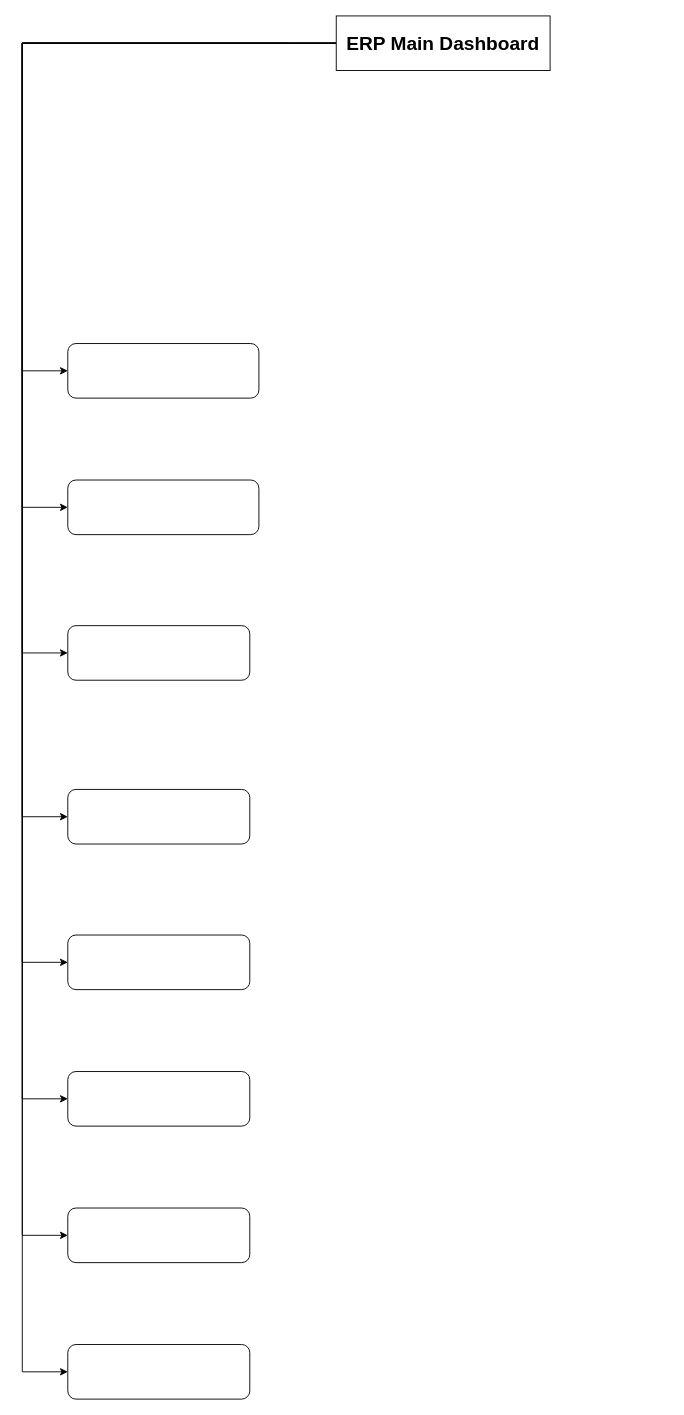
Above: erp.drawio in Thameera08/ERP_Project (draw.io), before the change. Source tidied: cells renumbered, new cells numbered last; positions are measured from the earlier drawing's top-left corner, leaving out a move shared by most shapes. Both pictures are drawn from the tidied source at 91%, with x=0, y=0 at pixel (22, 15).
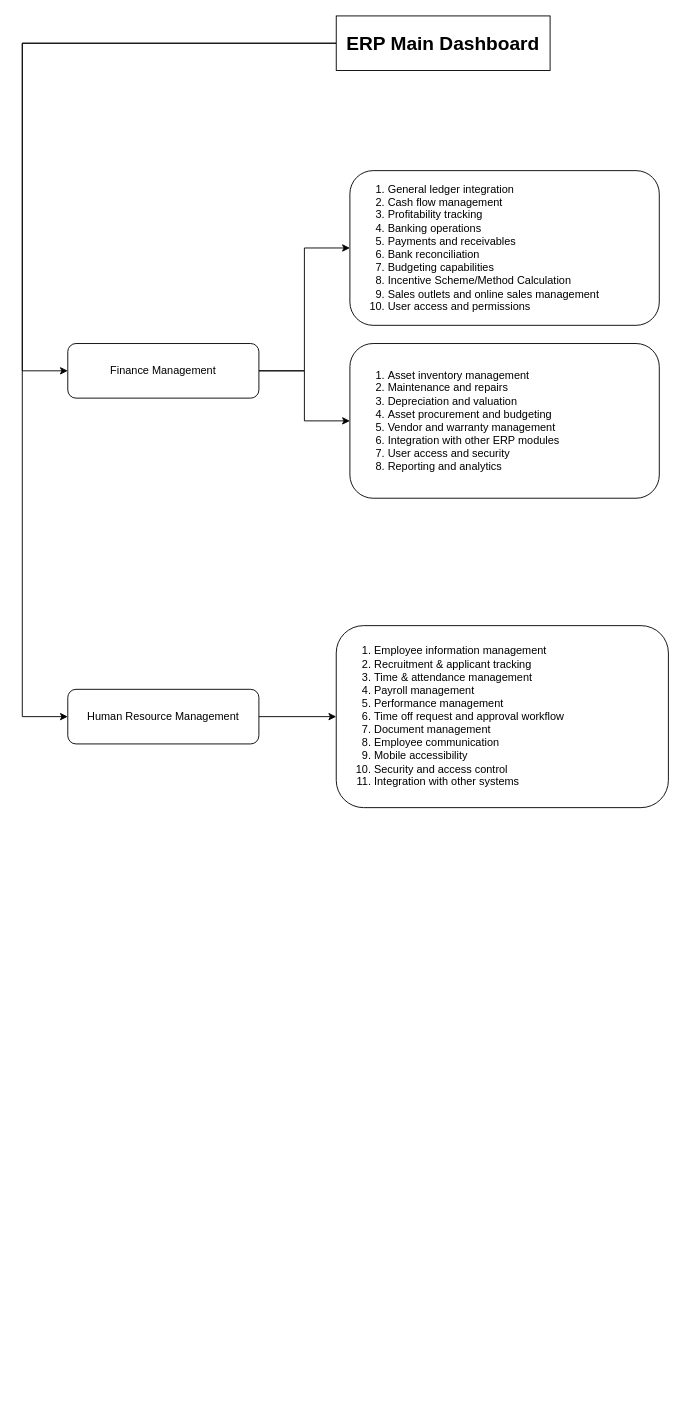
The same page after the edit.

Unchanged cells that the change refers to:
```xml
<mxCell id="10" value="&lt;font style=&quot;font-size: 21px;&quot;&gt;&lt;b&gt;ERP Main Dashboard&lt;/b&gt;&lt;/font&gt;" style="rounded=0;whiteSpace=wrap;html=1;" parent="1" vertex="1">
  <mxGeometry x="345" width="235" height="60" as="geometry" />
</mxCell>
```

Diff of the diagram source:
```diff
@@
     <mxCell id="3" style="edgeStyle=orthogonalEdgeStyle;rounded=0;jettySize=auto;html=1;entryX=0;entryY=0.5;entryDx=0;entryDy=0;" parent="1" edge="1" source="10" target="14">
       <mxGeometry relative="1" as="geometry">
         <Array as="points">
           <mxPoint y="30" />
-          <mxPoint y="540" />
+          <mxPoint y="770" />
         </Array>
       </mxGeometry>
     </mxCell>
-    <mxCell id="4" style="edgeStyle=orthogonalEdgeStyle;rounded=0;jettySize=auto;html=1;entryX=0;entryY=0.5;entryDx=0;entryDy=0;" parent="1" edge="1" source="10" target="12">
-      <mxGeometry relative="1" as="geometry">
-        <Array as="points">
-          <mxPoint y="30" />
-          <mxPoint y="700" />
-        </Array>
-      </mxGeometry>
-    </mxCell>
-    <mxCell id="5" style="edgeStyle=orthogonalEdgeStyle;rounded=0;jettySize=auto;html=1;entryX=0;entryY=0.5;entryDx=0;entryDy=0;" parent="1" edge="1" source="10" target="13">
-      <mxGeometry relative="1" as="geometry">
-        <Array as="points">
-          <mxPoint y="30" />
-          <mxPoint y="880" />
-        </Array>
-      </mxGeometry>
-    </mxCell>
-    <mxCell id="6" style="edgeStyle=orthogonalEdgeStyle;rounded=0;jettySize=auto;html=1;entryX=0;entryY=0.5;entryDx=0;entryDy=0;" parent="1" edge="1" source="10" target="15">
-      <mxGeometry relative="1" as="geometry">
-        <Array as="points">
-          <mxPoint y="30" />
-          <mxPoint y="1040" />
-        </Array>
-      </mxGeometry>
-    </mxCell>
-    <mxCell id="7" style="edgeStyle=orthogonalEdgeStyle;rounded=0;jettySize=auto;html=1;entryX=0;entryY=0.5;entryDx=0;entryDy=0;" parent="1" edge="1" source="10" target="16">
-      <mxGeometry relative="1" as="geometry">
-        <Array as="points">
-          <mxPoint y="30" />
-          <mxPoint y="1190" />
-        </Array>
-      </mxGeometry>
-    </mxCell>
-    <mxCell id="8" style="edgeStyle=orthogonalEdgeStyle;rounded=0;jettySize=auto;html=1;entryX=0;entryY=0.5;entryDx=0;entryDy=0;" parent="1" edge="1" source="10" target="17">
-      <mxGeometry relative="1" as="geometry">
-        <Array as="points">
-          <mxPoint y="30" />
-          <mxPoint y="1340" />
-        </Array>
-      </mxGeometry>
-    </mxCell>
-    <mxCell id="9" style="edgeStyle=orthogonalEdgeStyle;rounded=0;jettySize=auto;html=1;entryX=0;entryY=0.5;entryDx=0;entryDy=0;" parent="1" edge="1" target="18">
-      <mxGeometry relative="1" as="geometry">
-        <mxPoint x="294.9" y="30.1" as="sourcePoint" />
-        <Array as="points">
-          <mxPoint y="30" />
-          <mxPoint y="1490" />
-        </Array>
-      </mxGeometry>
-    </mxCell>
@@
+    <mxCell id="20" style="edgeStyle=orthogonalEdgeStyle;rounded=0;jettySize=auto;html=1;entryX=0;entryY=0.5;entryDx=0;entryDy=0;" parent="1" edge="1" source="11" target="23">
+      <mxGeometry relative="1" as="geometry" />
+    </mxCell>
+    <mxCell id="21" style="edgeStyle=orthogonalEdgeStyle;rounded=0;jettySize=auto;html=1;entryX=0;entryY=0.5;entryDx=0;entryDy=0;" parent="1" edge="1" source="11" target="24">
+      <mxGeometry relative="1" as="geometry" />
+    </mxCell>
-    <mxCell id="11" style="rounded=1;whiteSpace=wrap;html=1;" parent="1" vertex="1">
+    <mxCell id="11" value="Finance Management" style="rounded=1;whiteSpace=wrap;html=1;" parent="1" vertex="1">
       <mxGeometry x="50" y="360" width="210" height="60" as="geometry" />
     </mxCell>
-    <mxCell id="12" style="rounded=1;whiteSpace=wrap;html=1;" parent="1" vertex="1">
-      <mxGeometry x="50" y="670" width="200" height="60" as="geometry" />
-    </mxCell>
-    <mxCell id="13" style="rounded=1;whiteSpace=wrap;html=1;" parent="1" vertex="1">
-      <mxGeometry x="50" y="850" width="200" height="60" as="geometry" />
-    </mxCell>
+    <mxCell id="22" style="edgeStyle=orthogonalEdgeStyle;rounded=0;jettySize=auto;html=1;" parent="1" edge="1" source="14" target="25">
+      <mxGeometry relative="1" as="geometry" />
+    </mxCell>
-    <mxCell id="14" style="rounded=1;whiteSpace=wrap;html=1;" parent="1" vertex="1">
-      <mxGeometry x="50" y="510" width="210" height="60" as="geometry" />
+    <mxCell id="14" value="Human Resource Management" style="rounded=1;whiteSpace=wrap;html=1;" parent="1" vertex="1">
+      <mxGeometry x="50" y="740" width="210" height="60" as="geometry" />
     </mxCell>
-    <mxCell id="15" style="rounded=1;whiteSpace=wrap;html=1;" parent="1" vertex="1">
-      <mxGeometry x="50" y="1010" width="200" height="60" as="geometry" />
-    </mxCell>
-    <mxCell id="16" style="rounded=1;whiteSpace=wrap;html=1;" parent="1" vertex="1">
-      <mxGeometry x="50" y="1160" width="200" height="60" as="geometry" />
-    </mxCell>
-    <mxCell id="17" style="rounded=1;whiteSpace=wrap;html=1;" parent="1" vertex="1">
-      <mxGeometry x="50" y="1310" width="200" height="60" as="geometry" />
-    </mxCell>
-    <mxCell id="18" style="rounded=1;whiteSpace=wrap;html=1;" parent="1" vertex="1">
-      <mxGeometry x="50" y="1460" width="200" height="60" as="geometry" />
-    </mxCell>
-    <mxCell id="19" style="edgeStyle=orthogonalEdgeStyle;rounded=0;orthogonalLoop=1;jettySize=auto;html=1;exitX=0.5;exitY=1;exitDx=0;exitDy=0;" parent="1" edge="1" source="15" target="15">
-      <mxGeometry relative="1" as="geometry" />
-    </mxCell>
+    <mxCell id="23" value="&lt;div&gt;&lt;ol&gt;&lt;li&gt;General ledger integration&lt;/li&gt;&lt;li&gt;Cash flow management&lt;/li&gt;&lt;li&gt;Profitability tracking&lt;/li&gt;&lt;li&gt;Banking operations&lt;/li&gt;&lt;li&gt;Payments and receivables&lt;/li&gt;&lt;li&gt;Bank reconciliation&lt;/li&gt;&lt;li&gt;Budgeting capabilities&lt;/li&gt;&lt;li&gt;Incentive Scheme/Method Calculation&lt;/li&gt;&lt;li&gt;Sales outlets and online sales management&lt;/li&gt;&lt;li&gt;User access and permissions&lt;/li&gt;&lt;/ol&gt;&lt;/div&gt;" style="whiteSpace=wrap;html=1;rounded=1;align=left;" parent="1" vertex="1">
+      <mxGeometry x="360" y="170" width="340" height="170" as="geometry" />
+    </mxCell>
+    <mxCell id="24" value="&lt;ol&gt;&lt;li&gt;&lt;span style=&quot;background-color: initial;&quot;&gt;Asset inventory management&lt;/span&gt;&lt;/li&gt;&lt;li&gt;&lt;span style=&quot;background-color: initial;&quot;&gt;Maintenance and repairs&lt;/span&gt;&lt;/li&gt;&lt;li&gt;&lt;span style=&quot;background-color: initial;&quot;&gt;Depreciation and valuation&lt;/span&gt;&lt;/li&gt;&lt;li&gt;&lt;span style=&quot;background-color: initial;&quot;&gt;Asset procurement and budgeting&lt;/span&gt;&lt;/li&gt;&lt;li&gt;&lt;span style=&quot;background-color: initial;&quot;&gt;Vendor and warranty management&lt;/span&gt;&lt;/li&gt;&lt;li&gt;&lt;span style=&quot;background-color: initial;&quot;&gt;Integration with other ERP modules&lt;/span&gt;&lt;/li&gt;&lt;li&gt;&lt;span style=&quot;background-color: initial;&quot;&gt;User access and security&lt;/span&gt;&lt;/li&gt;&lt;li&gt;&lt;span style=&quot;background-color: initial;&quot;&gt;Reporting and analytics&lt;/span&gt;&lt;/li&gt;&lt;/ol&gt;&lt;ol&gt;&lt;/ol&gt;&lt;ol&gt;&lt;/ol&gt;&lt;ol&gt;&lt;/ol&gt;&lt;ol&gt;&lt;/ol&gt;&lt;ol&gt;&lt;/ol&gt;&lt;ol&gt;&lt;/ol&gt;" style="whiteSpace=wrap;html=1;rounded=1;align=left;" parent="1" vertex="1">
+      <mxGeometry x="360" y="360" width="340" height="170" as="geometry" />
+    </mxCell>
+    <mxCell id="25" value="&lt;div&gt;&lt;ol&gt;&lt;li&gt;Employee information management&lt;/li&gt;&lt;li&gt;Recruitment &amp;amp; applicant tracking&lt;/li&gt;&lt;li&gt;Time &amp;amp; attendance management&lt;/li&gt;&lt;li&gt;Payroll management&lt;/li&gt;&lt;li&gt;Performance management&lt;/li&gt;&lt;li&gt;Time off request and approval workflow&lt;/li&gt;&lt;li&gt;Document management&lt;/li&gt;&lt;li&gt;Employee communication&lt;/li&gt;&lt;li&gt;Mobile accessibility&lt;/li&gt;&lt;li&gt;Security and access control&lt;/li&gt;&lt;li&gt;Integration with other systems&lt;/li&gt;&lt;/ol&gt;&lt;/div&gt;" style="whiteSpace=wrap;html=1;rounded=1;align=left;" parent="1" vertex="1">
+      <mxGeometry x="345" y="670" width="365" height="200" as="geometry" />
+    </mxCell>
```
